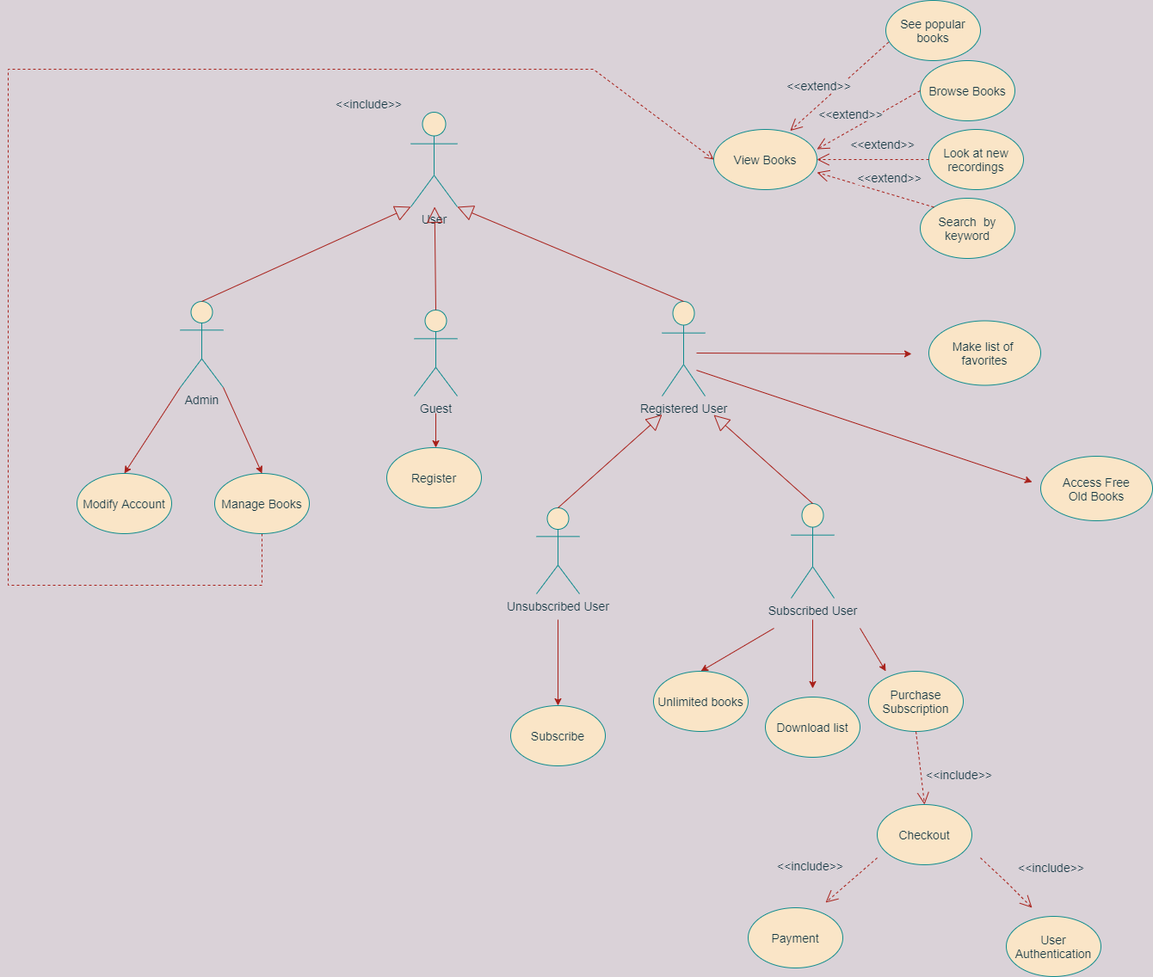
Above: UseCase Diagram.drawio.png in omgits0mar/Audio_Book_System-SAAD (draw.io), before the change. Source tidied: cells renumbered, new cells last; positions are measured from the earlier drawing's top-left corner, leaving out a move shared by most shapes.
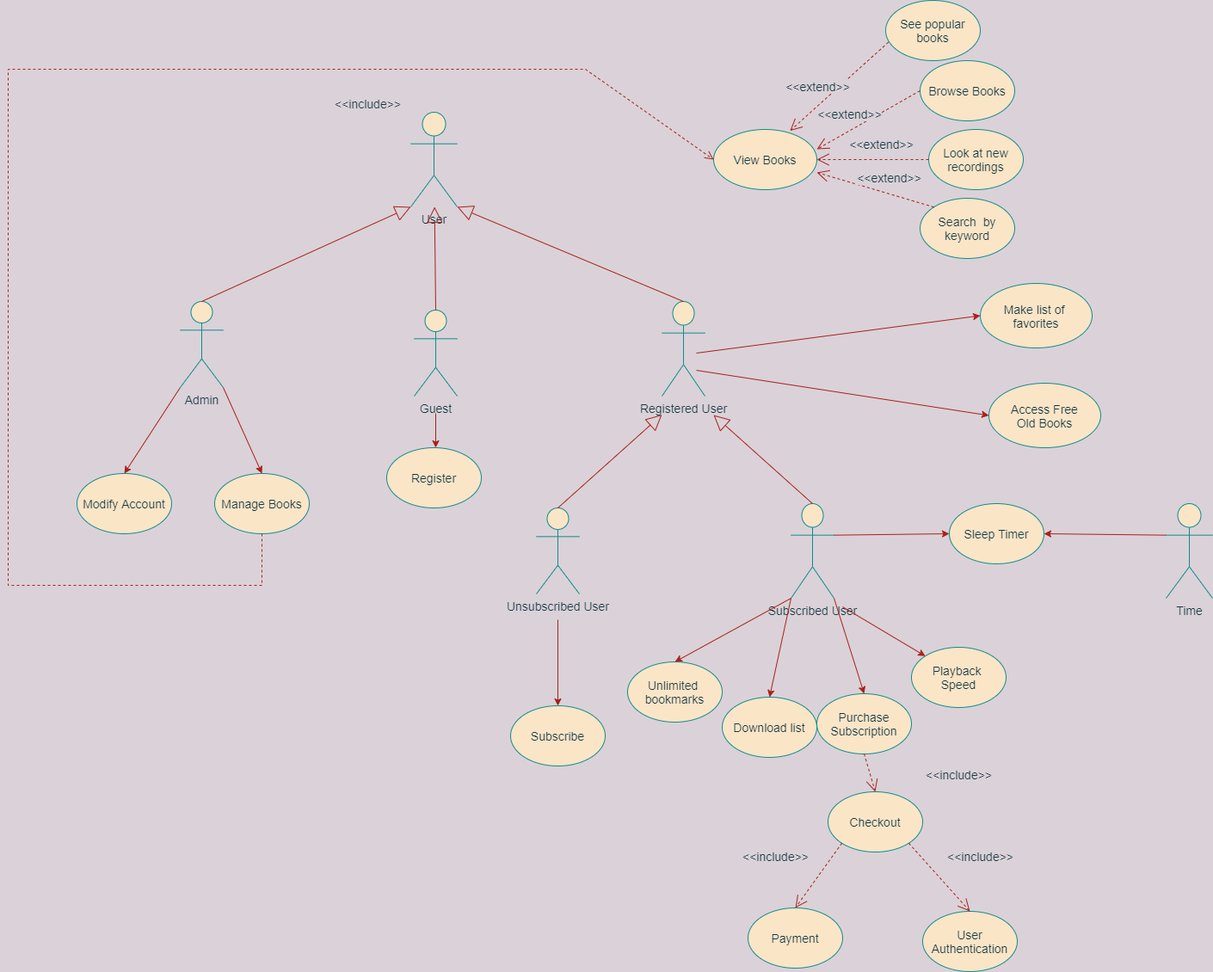
The same diagram one commit later.

Diff of the diagram source:
```diff
@@ -23,12 +23,6 @@
     <mxCell id="7" style="endArrow=block;endSize=16;endFill=0;html=1;rounded=0;exitX=0.5;exitY=0;exitDx=0;exitDy=0;exitPerimeter=0;entryX=1;entryY=1;entryDx=0;entryDy=0;entryPerimeter=0;fontSize=14;labelBackgroundColor=#DAD2D8;strokeColor=#A8201A;fontColor=#143642;" parent="1" edge="1" source="5" target="2">
       <mxGeometry relative="1" as="geometry" />
     </mxCell>
-    <mxCell id="8" style="edgeStyle=orthogonalEdgeStyle;rounded=0;orthogonalLoop=1;jettySize=auto;html=1;fontSize=14;labelBackgroundColor=#DAD2D8;strokeColor=#A8201A;fontColor=#143642;" parent="1" edge="1">
-      <mxGeometry relative="1" as="geometry">
-        <mxPoint x="935" y="720" as="sourcePoint" />
-        <mxPoint x="935" y="800" as="targetPoint" />
-      </mxGeometry>
-    </mxCell>
     <mxCell id="9" value="Subscribed User&lt;br style=&quot;font-size: 14px;&quot;&gt;&amp;nbsp;" style="shape=umlActor;verticalLabelPosition=bottom;verticalAlign=top;html=1;fontSize=14;fillColor=#FAE5C7;strokeColor=#0F8B8D;fontColor=#143642;" parent="1" vertex="1">
       <mxGeometry x="910" y="585" width="50" height="110" as="geometry" />
     </mxCell>
@@ -89,36 +83,30 @@
       <mxGeometry x="440" y="520" width="110" height="70" as="geometry" />
     </mxCell>
     <mxCell id="26" value="Download list" style="ellipse;whiteSpace=wrap;html=1;fontSize=14;fillColor=#FAE5C7;strokeColor=#0F8B8D;fontColor=#143642;" parent="1" vertex="1">
-      <mxGeometry x="880" y="810" width="110" height="70" as="geometry" />
+      <mxGeometry x="830" y="810" width="110" height="70" as="geometry" />
     </mxCell>
-    <mxCell id="27" style="endArrow=classic;html=1;rounded=0;fontSize=14;labelBackgroundColor=#DAD2D8;strokeColor=#A8201A;fontColor=#143642;" parent="1" edge="1">
+    <mxCell id="27" style="endArrow=classic;html=1;rounded=0;fontSize=14;labelBackgroundColor=#DAD2D8;strokeColor=#A8201A;fontColor=#143642;entryX=0;entryY=0.5;entryDx=0;entryDy=0;" parent="1" edge="1" target="28">
       <mxGeometry relative="1" as="geometry">
         <mxPoint x="800" y="410" as="sourcePoint" />
-        <mxPoint x="1050" y="411" as="targetPoint" />
       </mxGeometry>
     </mxCell>
     <mxCell id="28" value="Make list of&amp;nbsp;&lt;br&gt;favorites" style="ellipse;whiteSpace=wrap;html=1;fontSize=14;fillColor=#FAE5C7;strokeColor=#0F8B8D;fontColor=#143642;" parent="1" vertex="1">
-      <mxGeometry x="1070" y="372.5" width="130" height="75" as="geometry" />
+      <mxGeometry x="1130" y="329" width="130" height="75" as="geometry" />
     </mxCell>
     <mxCell id="29" value="Subscribe" style="ellipse;whiteSpace=wrap;html=1;fontSize=14;fillColor=#FAE5C7;strokeColor=#0F8B8D;fontColor=#143642;" parent="1" vertex="1">
       <mxGeometry x="584" y="820" width="110" height="70" as="geometry" />
     </mxCell>
     <mxCell id="30" value="&lt;font style=&quot;font-size: 14px;&quot;&gt;Purchase&lt;br style=&quot;font-size: 14px;&quot;&gt;Subscription&lt;/font&gt;" style="ellipse;whiteSpace=wrap;html=1;fontSize=14;fillColor=#FAE5C7;strokeColor=#0F8B8D;fontColor=#143642;" parent="1" vertex="1">
-      <mxGeometry x="1000" y="780" width="110" height="70" as="geometry" />
+      <mxGeometry x="940" y="806" width="110" height="70" as="geometry" />
     </mxCell>
-    <mxCell id="31" style="endArrow=classic;html=1;rounded=0;fontSize=14;labelBackgroundColor=#DAD2D8;strokeColor=#A8201A;fontColor=#143642;" parent="1" edge="1">
-      <mxGeometry relative="1" as="geometry">
-        <mxPoint x="990" y="730" as="sourcePoint" />
-        <mxPoint x="1020" y="780" as="targetPoint" />
-      </mxGeometry>
+    <mxCell id="31" style="endArrow=classic;html=1;rounded=0;fontSize=14;labelBackgroundColor=#DAD2D8;strokeColor=#A8201A;fontColor=#143642;entryX=0.5;entryY=0;entryDx=0;entryDy=0;exitX=1;exitY=1;exitDx=0;exitDy=0;exitPerimeter=0;" parent="1" edge="1" source="9" target="30">
+      <mxGeometry relative="1" as="geometry" />
     </mxCell>
-    <mxCell id="32" style="endArrow=classic;html=1;rounded=0;fontSize=14;labelBackgroundColor=#DAD2D8;strokeColor=#A8201A;fontColor=#143642;entryX=0.5;entryY=0;entryDx=0;entryDy=0;" parent="1" edge="1" target="33">
-      <mxGeometry relative="1" as="geometry">
-        <mxPoint x="890" y="730" as="sourcePoint" />
-      </mxGeometry>
+    <mxCell id="32" style="endArrow=classic;html=1;rounded=0;fontSize=14;labelBackgroundColor=#DAD2D8;strokeColor=#A8201A;fontColor=#143642;entryX=0.5;entryY=0;entryDx=0;entryDy=0;exitX=0;exitY=1;exitDx=0;exitDy=0;exitPerimeter=0;" parent="1" edge="1" source="9" target="33">
+      <mxGeometry relative="1" as="geometry" />
     </mxCell>
-    <mxCell id="33" value="Unlimited books" style="ellipse;whiteSpace=wrap;html=1;fontSize=14;fillColor=#FAE5C7;strokeColor=#0F8B8D;fontColor=#143642;" parent="1" vertex="1">
-      <mxGeometry x="750" y="780" width="110" height="70" as="geometry" />
+    <mxCell id="33" value="Unlimited &lt;br&gt;bookmarks" style="ellipse;whiteSpace=wrap;html=1;fontSize=14;fillColor=#FAE5C7;strokeColor=#0F8B8D;fontColor=#143642;" parent="1" vertex="1">
+      <mxGeometry x="720" y="769" width="110" height="70" as="geometry" />
     </mxCell>
     <mxCell id="34" style="endArrow=open;endSize=12;dashed=1;html=1;rounded=0;fontSize=14;exitX=0.5;exitY=1;exitDx=0;exitDy=0;entryX=0.5;entryY=0;entryDx=0;entryDy=0;labelBackgroundColor=#DAD2D8;strokeColor=#A8201A;fontColor=#143642;" parent="1" edge="1" source="30" target="36">
       <mxGeometry relative="1" as="geometry" />
@@ -127,27 +115,18 @@
       <mxGeometry x="1060" y="890" width="90" height="20" as="geometry" />
     </mxCell>
     <mxCell id="36" value="&lt;font style=&quot;font-size: 14px;&quot;&gt;Checkout&lt;/font&gt;" style="ellipse;whiteSpace=wrap;html=1;fontSize=14;fillColor=#FAE5C7;strokeColor=#0F8B8D;fontColor=#143642;" parent="1" vertex="1">
-      <mxGeometry x="1010" y="935" width="110" height="70" as="geometry" />
+      <mxGeometry x="953" y="920" width="110" height="70" as="geometry" />
     </mxCell>
-    <mxCell id="37" style="endArrow=open;endSize=12;dashed=1;html=1;rounded=0;fontSize=14;labelBackgroundColor=#DAD2D8;strokeColor=#A8201A;fontColor=#143642;" parent="1" edge="1">
-      <mxGeometry relative="1" as="geometry">
-        <mxPoint x="1130" y="997" as="sourcePoint" />
-        <mxPoint x="1190" y="1055" as="targetPoint" />
-        <Array as="points">
-          <mxPoint x="1160" y="1025" />
-        </Array>
-      </mxGeometry>
+    <mxCell id="37" style="endArrow=open;endSize=12;dashed=1;html=1;rounded=0;fontSize=14;labelBackgroundColor=#DAD2D8;strokeColor=#A8201A;fontColor=#143642;entryX=0.5;entryY=0;entryDx=0;entryDy=0;exitX=1;exitY=1;exitDx=0;exitDy=0;" parent="1" edge="1" source="36" target="41">
+      <mxGeometry relative="1" as="geometry" />
     </mxCell>
     <mxCell id="38" value="&amp;lt;&amp;lt;include&amp;gt;&amp;gt;" style="edgeLabel;html=1;align=center;verticalAlign=middle;fontSize=14;labelBackgroundColor=#DAD2D8;fontColor=#143642;" parent="37" vertex="1">
       <mxGeometry x="-0.58" y="-3" relative="1" as="geometry">
         <mxPoint x="70" y="-4" as="offset" />
       </mxGeometry>
     </mxCell>
-    <mxCell id="39" style="endArrow=open;endSize=12;dashed=1;html=1;rounded=0;fontSize=14;labelBackgroundColor=#DAD2D8;strokeColor=#A8201A;fontColor=#143642;" parent="1" edge="1">
-      <mxGeometry relative="1" as="geometry">
-        <mxPoint x="1010" y="997" as="sourcePoint" />
-        <mxPoint x="950" y="1049" as="targetPoint" />
-      </mxGeometry>
+    <mxCell id="39" style="endArrow=open;endSize=12;dashed=1;html=1;rounded=0;fontSize=14;labelBackgroundColor=#DAD2D8;strokeColor=#A8201A;fontColor=#143642;entryX=0.5;entryY=0;entryDx=0;entryDy=0;exitX=0;exitY=1;exitDx=0;exitDy=0;" parent="1" edge="1" source="36" target="42">
+      <mxGeometry relative="1" as="geometry" />
     </mxCell>
     <mxCell id="40" value="&amp;lt;&amp;lt;include&amp;gt;&amp;gt;" style="edgeLabel;html=1;align=center;verticalAlign=middle;fontSize=14;labelBackgroundColor=#DAD2D8;fontColor=#143642;" parent="39" vertex="1">
       <mxGeometry x="-0.44" y="2" relative="1" as="geometry">
@@ -155,7 +134,7 @@
       </mxGeometry>
     </mxCell>
     <mxCell id="41" value="User Authentication" style="ellipse;whiteSpace=wrap;html=1;fontSize=14;fillColor=#FAE5C7;strokeColor=#0F8B8D;fontColor=#143642;" parent="1" vertex="1">
-      <mxGeometry x="1160" y="1065" width="110" height="70" as="geometry" />
+      <mxGeometry x="1063" y="1059" width="110" height="70" as="geometry" />
     </mxCell>
     <mxCell id="42" value="Payment" style="ellipse;whiteSpace=wrap;html=1;fontSize=14;fillColor=#FAE5C7;strokeColor=#0F8B8D;fontColor=#143642;" parent="1" vertex="1">
       <mxGeometry x="860" y="1055" width="110" height="70" as="geometry" />
@@ -166,18 +145,17 @@
           <mxPoint x="295" y="680" />
           <mxPoint y="680" />
           <mxPoint y="80" />
-          <mxPoint x="680" y="80" />
+          <mxPoint x="671" y="80" />
         </Array>
       </mxGeometry>
     </mxCell>
-    <mxCell id="44" style="endArrow=classic;html=1;rounded=0;fontSize=14;labelBackgroundColor=#DAD2D8;strokeColor=#A8201A;fontColor=#143642;" parent="1" edge="1">
+    <mxCell id="44" style="endArrow=classic;html=1;rounded=0;fontSize=14;labelBackgroundColor=#DAD2D8;strokeColor=#A8201A;fontColor=#143642;entryX=0;entryY=0.5;entryDx=0;entryDy=0;" parent="1" edge="1" target="45">
       <mxGeometry relative="1" as="geometry">
         <mxPoint x="800" y="430" as="sourcePoint" />
-        <mxPoint x="1190" y="560" as="targetPoint" />
       </mxGeometry>
     </mxCell>
     <mxCell id="45" value="&lt;font style=&quot;font-size: 14px&quot;&gt;Access Free&lt;br&gt;Old Books&lt;/font&gt;" style="ellipse;whiteSpace=wrap;html=1;fillColor=#FAE5C7;strokeColor=#0F8B8D;fontColor=#143642;" parent="1" vertex="1">
-      <mxGeometry x="1200" y="530" width="130" height="75" as="geometry" />
+      <mxGeometry x="1140" y="445" width="130" height="75" as="geometry" />
     </mxCell>
     <mxCell id="46" value="Admin" style="shape=umlActor;verticalLabelPosition=bottom;verticalAlign=top;html=1;outlineConnect=0;fontSize=14;fillColor=#FAE5C7;strokeColor=#0F8B8D;fontColor=#143642;" parent="1" vertex="1">
       <mxGeometry x="200" y="350" width="50" height="100" as="geometry" />
@@ -194,5 +172,28 @@
     <mxCell id="50" style="endArrow=classic;html=1;rounded=0;exitX=1;exitY=1;exitDx=0;exitDy=0;exitPerimeter=0;entryX=0.5;entryY=0;entryDx=0;entryDy=0;fontSize=14;labelBackgroundColor=#DAD2D8;strokeColor=#A8201A;fontColor=#143642;" parent="1" edge="1" source="46" target="48">
       <mxGeometry relative="1" as="geometry" />
     </mxCell>
+    <mxCell id="51" value="Time" style="shape=umlActor;verticalLabelPosition=bottom;verticalAlign=top;html=1;outlineConnect=0;fontSize=14;labelBackgroundColor=none;fillColor=#FAE5C7;strokeColor=#0F8B8D;fontColor=#143642;" parent="1" vertex="1">
+      <mxGeometry x="1346" y="585" width="54" height="110" as="geometry" />
+    </mxCell>
+    <mxCell id="52" value="Playback &lt;br&gt;Speed" style="ellipse;whiteSpace=wrap;html=1;fontSize=14;fillColor=#FAE5C7;strokeColor=#0F8B8D;fontColor=#143642;" parent="1" vertex="1">
+      <mxGeometry x="1050" y="752" width="110" height="70" as="geometry" />
+    </mxCell>
+    <mxCell id="53" value="Sleep Timer" style="ellipse;whiteSpace=wrap;html=1;fontSize=14;fillColor=#FAE5C7;strokeColor=#0F8B8D;fontColor=#143642;" parent="1" vertex="1">
+      <mxGeometry x="1094" y="585" width="110" height="70" as="geometry" />
+    </mxCell>
+    <mxCell id="54" style="endArrow=classic;html=1;rounded=0;fontSize=14;labelBackgroundColor=#DAD2D8;strokeColor=#A8201A;fontColor=#143642;entryX=0.5;entryY=0;entryDx=0;entryDy=0;exitX=0;exitY=1;exitDx=0;exitDy=0;exitPerimeter=0;" parent="1" edge="1" source="9" target="26">
+      <mxGeometry relative="1" as="geometry" />
+    </mxCell>
+    <mxCell id="55" style="endArrow=classic;html=1;rounded=0;fontSize=14;labelBackgroundColor=#DAD2D8;strokeColor=#A8201A;fontColor=#143642;entryX=0;entryY=0;entryDx=0;entryDy=0;exitX=1;exitY=1;exitDx=0;exitDy=0;exitPerimeter=0;" parent="1" edge="1" target="52">
+      <mxGeometry relative="1" as="geometry">
+        <mxPoint x="970" y="705" as="sourcePoint" />
+      </mxGeometry>
+    </mxCell>
+    <mxCell id="56" style="endArrow=classic;html=1;rounded=0;fontSize=14;labelBackgroundColor=#DAD2D8;strokeColor=#A8201A;fontColor=#143642;entryX=0;entryY=0.5;entryDx=0;entryDy=0;exitX=1;exitY=0.3333333333333333;exitDx=0;exitDy=0;exitPerimeter=0;" parent="1" edge="1" source="9" target="53">
+      <mxGeometry relative="1" as="geometry" />
+    </mxCell>
+    <mxCell id="57" style="endArrow=classic;html=1;rounded=0;fontSize=14;labelBackgroundColor=#DAD2D8;strokeColor=#A8201A;fontColor=#143642;entryX=1;entryY=0.5;entryDx=0;entryDy=0;exitX=0;exitY=0.3333333333333333;exitDx=0;exitDy=0;exitPerimeter=0;" parent="1" edge="1" source="51" target="53">
+      <mxGeometry relative="1" as="geometry" />
+    </mxCell>
   </root>
 </mxGraphModel>
```
